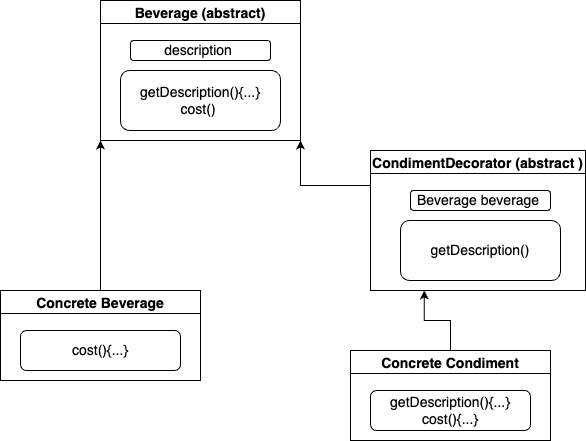
The draw.io diagram Design Patterns/Assets/Decorator_Pattern.drawio.png in sidhant293/Essential-Algorithms, before a commit. Source tidied: cells renumbered, new cells last; positions are measured from the earlier drawing's top-left corner, leaving out a move shared by most shapes. The source it was exported from:
```xml
<mxGraphModel>
  <root>
    <mxCell id="0" />
    <mxCell id="1" parent="0" />
    <mxCell id="2" style="edgeStyle=orthogonalEdgeStyle;rounded=0;jettySize=auto;html=1;exitX=0;exitY=0.25;exitDx=0;exitDy=0;entryX=1;entryY=1;entryDx=0;entryDy=0;" parent="1" edge="1" source="3" target="6">
      <mxGeometry relative="1" as="geometry" />
    </mxCell>
    <mxCell id="3" value="CondimentDecorator (abstract )" style="swimlane;fontSize=14;" parent="1" vertex="1">
      <mxGeometry x="370" y="150" width="215" height="140" as="geometry" />
    </mxCell>
    <mxCell id="4" value="getDescription()" style="rounded=1;whiteSpace=wrap;html=1;fontSize=14;" parent="3" vertex="1">
      <mxGeometry x="30" y="70" width="160" height="60" as="geometry" />
    </mxCell>
    <mxCell id="5" value="Beverage beverage&amp;nbsp;" style="rounded=1;whiteSpace=wrap;html=1;fontSize=14;" parent="3" vertex="1">
      <mxGeometry x="40" y="40" width="140" height="20" as="geometry" />
    </mxCell>
    <mxCell id="6" value="Beverage (abstract)" style="swimlane;fontSize=14;" parent="1" vertex="1">
      <mxGeometry x="100" width="200" height="140" as="geometry" />
    </mxCell>
    <mxCell id="7" value="getDescription(){...}&lt;br&gt;cost()&amp;nbsp;" style="rounded=1;whiteSpace=wrap;html=1;fontSize=14;" parent="6" vertex="1">
      <mxGeometry x="20" y="70" width="160" height="60" as="geometry" />
    </mxCell>
    <mxCell id="8" value="description&amp;nbsp;" style="rounded=1;whiteSpace=wrap;html=1;fontSize=14;" parent="6" vertex="1">
      <mxGeometry x="30" y="40" width="140" height="20" as="geometry" />
    </mxCell>
    <mxCell id="9" style="edgeStyle=orthogonalEdgeStyle;rounded=0;jettySize=auto;html=1;entryX=0;entryY=1;entryDx=0;entryDy=0;" parent="1" edge="1" source="10" target="6">
      <mxGeometry relative="1" as="geometry" />
    </mxCell>
    <mxCell id="10" value="Concrete Beverage" style="swimlane;fontSize=14;" parent="1" vertex="1">
      <mxGeometry y="290" width="200" height="90" as="geometry" />
    </mxCell>
    <mxCell id="11" value="cost(){...}" style="rounded=1;whiteSpace=wrap;html=1;fontSize=14;" parent="10" vertex="1">
      <mxGeometry x="20" y="40" width="160" height="40" as="geometry" />
    </mxCell>
    <mxCell id="12" style="edgeStyle=orthogonalEdgeStyle;rounded=0;jettySize=auto;html=1;exitX=0.5;exitY=0;exitDx=0;exitDy=0;entryX=0.25;entryY=1;entryDx=0;entryDy=0;" parent="1" edge="1" source="13" target="3">
      <mxGeometry relative="1" as="geometry" />
    </mxCell>
    <mxCell id="13" value="Concrete Condiment" style="swimlane;fontSize=14;" parent="1" vertex="1">
      <mxGeometry x="350" y="350" width="200" height="90" as="geometry" />
    </mxCell>
    <mxCell id="14" value="getDescription(){...}&lt;br&gt;cost(){...}" style="rounded=1;whiteSpace=wrap;html=1;fontSize=14;" parent="13" vertex="1">
      <mxGeometry x="20" y="40" width="160" height="40" as="geometry" />
    </mxCell>
  </root>
</mxGraphModel>
```
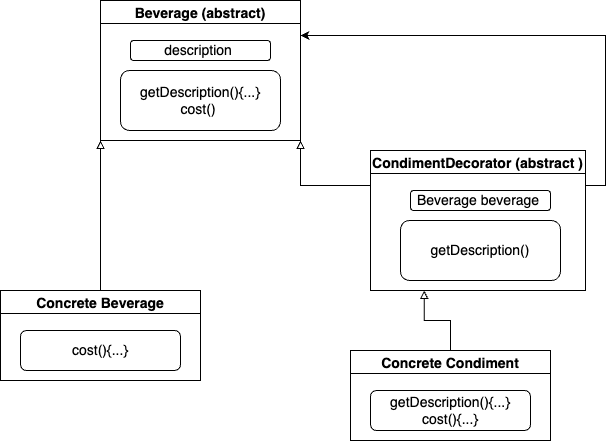
Later version of the same file.

Change to the diagram source:
```diff
@@ -2,9 +2,12 @@
   <root>
     <mxCell id="0" />
     <mxCell id="1" parent="0" />
-    <mxCell id="2" style="edgeStyle=orthogonalEdgeStyle;rounded=0;jettySize=auto;html=1;exitX=0;exitY=0.25;exitDx=0;exitDy=0;entryX=1;entryY=1;entryDx=0;entryDy=0;" parent="1" edge="1" source="3" target="6">
+    <mxCell id="2" style="edgeStyle=orthogonalEdgeStyle;rounded=0;jettySize=auto;html=1;exitX=0;exitY=0.25;exitDx=0;exitDy=0;entryX=1;entryY=1;entryDx=0;entryDy=0;endArrow=block;endFill=0;" parent="1" edge="1" source="3" target="6">
       <mxGeometry relative="1" as="geometry" />
     </mxCell>
+    <mxCell id="15" style="edgeStyle=orthogonalEdgeStyle;rounded=0;jettySize=auto;html=1;exitX=1;exitY=0.25;exitDx=0;exitDy=0;entryX=1;entryY=0.25;entryDx=0;entryDy=0;endArrow=classic;endFill=1;" parent="1" edge="1" source="3" target="6">
+      <mxGeometry relative="1" as="geometry" />
+    </mxCell>
     <mxCell id="3" value="CondimentDecorator (abstract )" style="swimlane;fontSize=14;" parent="1" vertex="1">
       <mxGeometry x="370" y="150" width="215" height="140" as="geometry" />
     </mxCell>
@@ -23,7 +26,7 @@
     <mxCell id="8" value="description&amp;nbsp;" style="rounded=1;whiteSpace=wrap;html=1;fontSize=14;" parent="6" vertex="1">
       <mxGeometry x="30" y="40" width="140" height="20" as="geometry" />
     </mxCell>
-    <mxCell id="9" style="edgeStyle=orthogonalEdgeStyle;rounded=0;jettySize=auto;html=1;entryX=0;entryY=1;entryDx=0;entryDy=0;" parent="1" edge="1" source="10" target="6">
+    <mxCell id="9" style="edgeStyle=orthogonalEdgeStyle;rounded=0;jettySize=auto;html=1;entryX=0;entryY=1;entryDx=0;entryDy=0;endArrow=block;endFill=0;" parent="1" edge="1" source="10" target="6">
       <mxGeometry relative="1" as="geometry" />
     </mxCell>
     <mxCell id="10" value="Concrete Beverage" style="swimlane;fontSize=14;" parent="1" vertex="1">
@@ -32,7 +35,7 @@
     <mxCell id="11" value="cost(){...}" style="rounded=1;whiteSpace=wrap;html=1;fontSize=14;" parent="10" vertex="1">
       <mxGeometry x="20" y="40" width="160" height="40" as="geometry" />
     </mxCell>
-    <mxCell id="12" style="edgeStyle=orthogonalEdgeStyle;rounded=0;jettySize=auto;html=1;exitX=0.5;exitY=0;exitDx=0;exitDy=0;entryX=0.25;entryY=1;entryDx=0;entryDy=0;" parent="1" edge="1" source="13" target="3">
+    <mxCell id="12" style="edgeStyle=orthogonalEdgeStyle;rounded=0;jettySize=auto;html=1;exitX=0.5;exitY=0;exitDx=0;exitDy=0;entryX=0.25;entryY=1;entryDx=0;entryDy=0;endArrow=block;endFill=0;" parent="1" edge="1" source="13" target="3">
       <mxGeometry relative="1" as="geometry" />
     </mxCell>
     <mxCell id="13" value="Concrete Condiment" style="swimlane;fontSize=14;" parent="1" vertex="1">
```
